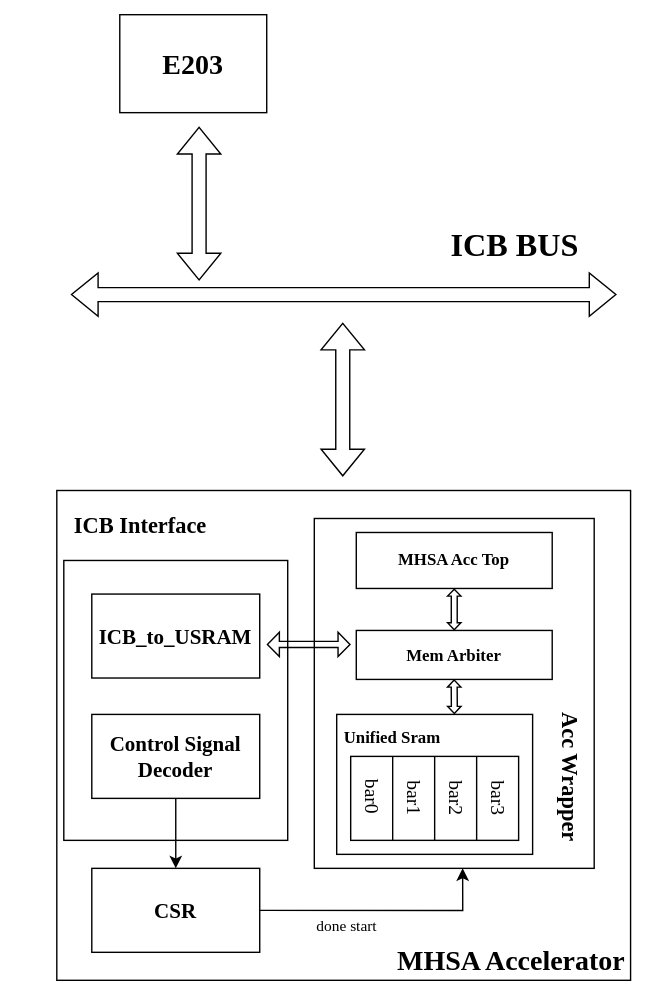
Before: img/sys_arch.svg, a diagram exported from draw.io (extraordinary6/Design-and-Verification-of-MHSA-Accelerator). Source tidied: cells renumbered, new cells last; positions are measured from the earlier drawing's top-left corner, leaving out a move shared by most shapes. Its diagram source:
```xml
<mxGraphModel>
  <root>
    <mxCell id="0" />
    <mxCell id="1" parent="0" />
    <mxCell id="2" style="rounded=0;whiteSpace=wrap;html=1;" parent="1" vertex="1">
      <mxGeometry x="30" y="340" width="410" height="350" as="geometry" />
    </mxCell>
    <mxCell id="3" style="shape=flexArrow;endArrow=classic;startArrow=classic;html=1;rounded=0;" parent="1" edge="1">
      <mxGeometry relative="1" as="geometry">
        <mxPoint x="40" y="200" as="sourcePoint" />
        <mxPoint x="430" y="200" as="targetPoint" />
      </mxGeometry>
    </mxCell>
    <mxCell id="4" value="&lt;b&gt;&lt;font style=&quot;font-size: 23px;&quot; face=&quot;Times New Roman&quot;&gt;ICB BUS&lt;/font&gt;&lt;/b&gt;" style="text;html=1;align=center;verticalAlign=middle;whiteSpace=wrap;rounded=0;" parent="1" vertex="1">
      <mxGeometry x="280" y="150" width="155" height="30" as="geometry" />
    </mxCell>
    <mxCell id="5" style="shape=flexArrow;endArrow=classic;startArrow=classic;html=1;rounded=0;" parent="1" edge="1">
      <mxGeometry relative="1" as="geometry">
        <mxPoint x="131.7" y="190" as="sourcePoint" />
        <mxPoint x="131.7" y="80" as="targetPoint" />
      </mxGeometry>
    </mxCell>
    <mxCell id="6" value="E203" style="rounded=0;whiteSpace=wrap;html=1;fontFamily=Times New Roman;fontSize=20;fontStyle=1;" parent="1" vertex="1">
      <mxGeometry x="75" width="105" height="70" as="geometry" />
    </mxCell>
    <mxCell id="7" style="shape=flexArrow;endArrow=classic;startArrow=classic;html=1;rounded=0;" parent="1" edge="1">
      <mxGeometry relative="1" as="geometry">
        <mxPoint x="234.3" y="330" as="sourcePoint" />
        <mxPoint x="234.3" y="220" as="targetPoint" />
      </mxGeometry>
    </mxCell>
    <mxCell id="8" value="&lt;font size=&quot;1&quot; face=&quot;Times New Roman&quot;&gt;&lt;b style=&quot;font-size: 20px;&quot;&gt;MHSA Accelerator&lt;/b&gt;&lt;/font&gt;" style="text;html=1;align=center;verticalAlign=middle;whiteSpace=wrap;rounded=0;" parent="1" vertex="1">
      <mxGeometry x="265" y="660" width="180" height="30" as="geometry" />
    </mxCell>
    <mxCell id="9" style="rounded=0;whiteSpace=wrap;html=1;verticalAlign=middle;" parent="1" vertex="1">
      <mxGeometry x="35" y="390" width="160" height="200" as="geometry" />
    </mxCell>
    <mxCell id="10" value="ICB_to_USRAM" style="rounded=0;whiteSpace=wrap;html=1;fontSize=15;fontFamily=Times New Roman;fontStyle=1;" parent="1" vertex="1">
      <mxGeometry x="55" y="414" width="120" height="60" as="geometry" />
    </mxCell>
    <mxCell id="11" value="&lt;font face=&quot;Times New Roman&quot;&gt;&lt;span style=&quot;font-size: 16px;&quot;&gt;&lt;b&gt;ICB Interface&lt;/b&gt;&lt;/span&gt;&lt;/font&gt;" style="text;html=1;align=center;verticalAlign=middle;whiteSpace=wrap;rounded=0;" parent="1" vertex="1">
      <mxGeometry y="350" width="180" height="30" as="geometry" />
    </mxCell>
    <mxCell id="12" style="edgeStyle=orthogonalEdgeStyle;rounded=0;orthogonalLoop=1;jettySize=auto;html=1;exitX=1;exitY=0.5;exitDx=0;exitDy=0;entryX=0.5;entryY=1;entryDx=0;entryDy=0;" parent="1" edge="1">
      <mxGeometry relative="1" as="geometry">
        <mxPoint x="171" y="640" as="sourcePoint" />
        <mxPoint x="320" y="610" as="targetPoint" />
        <Array as="points">
          <mxPoint x="320" y="640" />
        </Array>
      </mxGeometry>
    </mxCell>
    <mxCell id="13" value="done start" style="edgeLabel;html=1;align=center;verticalAlign=middle;fontFamily=Times New Roman;" parent="12" vertex="1">
      <mxGeometry x="-0.2" y="2" relative="1" as="geometry">
        <mxPoint x="-7" y="12" as="offset" />
      </mxGeometry>
    </mxCell>
    <mxCell id="14" value="CSR" style="rounded=0;whiteSpace=wrap;html=1;fontSize=15;fontFamily=Times New Roman;fontStyle=1;" parent="1" vertex="1">
      <mxGeometry x="55" y="610" width="120" height="60" as="geometry" />
    </mxCell>
    <mxCell id="15" style="edgeStyle=orthogonalEdgeStyle;rounded=0;jettySize=auto;html=1;exitX=0.5;exitY=1;exitDx=0;exitDy=0;entryX=0.5;entryY=0;entryDx=0;entryDy=0;" parent="1" edge="1" source="16" target="14">
      <mxGeometry relative="1" as="geometry" />
    </mxCell>
    <mxCell id="16" value="Control Signal Decoder" style="rounded=0;whiteSpace=wrap;html=1;fontSize=15;fontFamily=Times New Roman;fontStyle=1;" parent="1" vertex="1">
      <mxGeometry x="55" y="500" width="120" height="60" as="geometry" />
    </mxCell>
    <mxCell id="17" style="rounded=0;whiteSpace=wrap;html=1;" parent="1" vertex="1">
      <mxGeometry x="214" y="360" width="200" height="250" as="geometry" />
    </mxCell>
    <mxCell id="18" value="&lt;font face=&quot;Times New Roman&quot;&gt;&lt;span style=&quot;font-size: 16px;&quot;&gt;&lt;b&gt;Acc Wrapper&lt;/b&gt;&lt;/span&gt;&lt;/font&gt;" style="text;html=1;align=center;verticalAlign=middle;whiteSpace=wrap;rounded=0;rotation=90;" parent="1" vertex="1">
      <mxGeometry x="310" y="530" width="175" height="30" as="geometry" />
    </mxCell>
    <mxCell id="19" value="MHSA Acc Top" style="rounded=0;whiteSpace=wrap;html=1;fontFamily=Times New Roman;fontStyle=1;" parent="1" vertex="1">
      <mxGeometry x="244" y="370" width="140" height="40" as="geometry" />
    </mxCell>
    <mxCell id="20" style="rounded=0;whiteSpace=wrap;html=1;" parent="1" vertex="1">
      <mxGeometry x="230" y="500" width="140" height="100" as="geometry" />
    </mxCell>
    <mxCell id="21" value="&lt;font face=&quot;Times New Roman&quot;&gt;&lt;span style=&quot;font-size: 16px;&quot;&gt;&lt;b style=&quot;font-size: 12px;&quot;&gt;Unified Sram&lt;/b&gt;&lt;/span&gt;&lt;/font&gt;" style="text;html=1;align=center;verticalAlign=middle;whiteSpace=wrap;rounded=0;" parent="1" vertex="1">
      <mxGeometry x="220" y="500" width="100" height="30" as="geometry" />
    </mxCell>
    <mxCell id="22" style="rounded=0;whiteSpace=wrap;html=1;" parent="1" vertex="1">
      <mxGeometry x="240" y="530" width="120" height="60" as="geometry" />
    </mxCell>
    <mxCell id="23" style="endArrow=none;html=1;rounded=0;exitX=0.5;exitY=1;exitDx=0;exitDy=0;entryX=0.5;entryY=0;entryDx=0;entryDy=0;" parent="1" edge="1" source="22" target="22">
      <mxGeometry relative="1" as="geometry" />
    </mxCell>
    <mxCell id="24" style="endArrow=none;html=1;rounded=0;exitX=0.5;exitY=1;exitDx=0;exitDy=0;entryX=0.25;entryY=0;entryDx=0;entryDy=0;" parent="1" edge="1" target="22">
      <mxGeometry relative="1" as="geometry">
        <mxPoint x="270" y="590" as="sourcePoint" />
      </mxGeometry>
    </mxCell>
    <mxCell id="25" style="endArrow=none;html=1;rounded=0;exitX=0.5;exitY=1;exitDx=0;exitDy=0;entryX=0.25;entryY=0;entryDx=0;entryDy=0;" parent="1" edge="1">
      <mxGeometry relative="1" as="geometry">
        <mxPoint x="330" y="590" as="sourcePoint" />
        <mxPoint x="330" y="530" as="targetPoint" />
      </mxGeometry>
    </mxCell>
    <mxCell id="26" value="&lt;font style=&quot;font-size: 14px;&quot;&gt;bar3&lt;/font&gt;" style="text;html=1;align=center;verticalAlign=middle;whiteSpace=wrap;rounded=0;direction=east;rotation=90;fontSize=14;fontFamily=Times New Roman;" parent="1" vertex="1">
      <mxGeometry x="310" y="545" width="70" height="30" as="geometry" />
    </mxCell>
    <mxCell id="27" value="&lt;font style=&quot;font-size: 14px;&quot;&gt;bar0&lt;/font&gt;" style="text;html=1;align=center;verticalAlign=middle;whiteSpace=wrap;rounded=0;direction=east;rotation=90;fontSize=14;fontFamily=Times New Roman;" parent="1" vertex="1">
      <mxGeometry x="220" y="544" width="70" height="30" as="geometry" />
    </mxCell>
    <mxCell id="28" value="&lt;font style=&quot;font-size: 14px;&quot;&gt;bar1&lt;/font&gt;" style="text;html=1;align=center;verticalAlign=middle;whiteSpace=wrap;rounded=0;direction=east;rotation=90;fontSize=14;fontFamily=Times New Roman;" parent="1" vertex="1">
      <mxGeometry x="250" y="545" width="70" height="30" as="geometry" />
    </mxCell>
    <mxCell id="29" value="&lt;font style=&quot;font-size: 14px;&quot;&gt;bar2&lt;/font&gt;" style="text;html=1;align=center;verticalAlign=middle;whiteSpace=wrap;rounded=0;direction=east;rotation=90;fontSize=14;fontFamily=Times New Roman;" parent="1" vertex="1">
      <mxGeometry x="280" y="545" width="70" height="30" as="geometry" />
    </mxCell>
    <mxCell id="30" value="Mem Arbiter" style="rounded=0;whiteSpace=wrap;html=1;fontFamily=Times New Roman;fontStyle=1;" parent="1" vertex="1">
      <mxGeometry x="244" y="440" width="140" height="35" as="geometry" />
    </mxCell>
    <mxCell id="31" style="shape=flexArrow;endArrow=classic;startArrow=classic;html=1;rounded=0;endWidth=12;endSize=2.513333333333333;width=4.333333333333333;startSize=2.513333333333333;startWidth=12;" parent="1" edge="1">
      <mxGeometry relative="1" as="geometry">
        <mxPoint x="180" y="450" as="sourcePoint" />
        <mxPoint x="240" y="450" as="targetPoint" />
      </mxGeometry>
    </mxCell>
    <mxCell id="32" style="shape=flexArrow;endArrow=classic;startArrow=classic;html=1;rounded=0;endWidth=4.294871794871795;endSize=1.3269230769230769;width=4.230769230769231;startSize=1.3269230769230769;startWidth=4.294871794871795;exitX=0.5;exitY=1;exitDx=0;exitDy=0;entryX=0.5;entryY=0;entryDx=0;entryDy=0;" parent="1" edge="1" source="19" target="30">
      <mxGeometry relative="1" as="geometry" />
    </mxCell>
    <mxCell id="33" style="shape=flexArrow;endArrow=classic;startArrow=classic;html=1;rounded=0;endWidth=4.294871794871795;endSize=1.3269230769230769;width=4.230769230769231;startSize=1.3269230769230769;startWidth=4.294871794871795;exitX=0.5;exitY=1;exitDx=0;exitDy=0;entryX=0.941;entryY=-0.008;entryDx=0;entryDy=0;entryPerimeter=0;" parent="1" edge="1" target="21">
      <mxGeometry relative="1" as="geometry">
        <mxPoint x="313.9" y="475" as="sourcePoint" />
      </mxGeometry>
    </mxCell>
  </root>
</mxGraphModel>
```
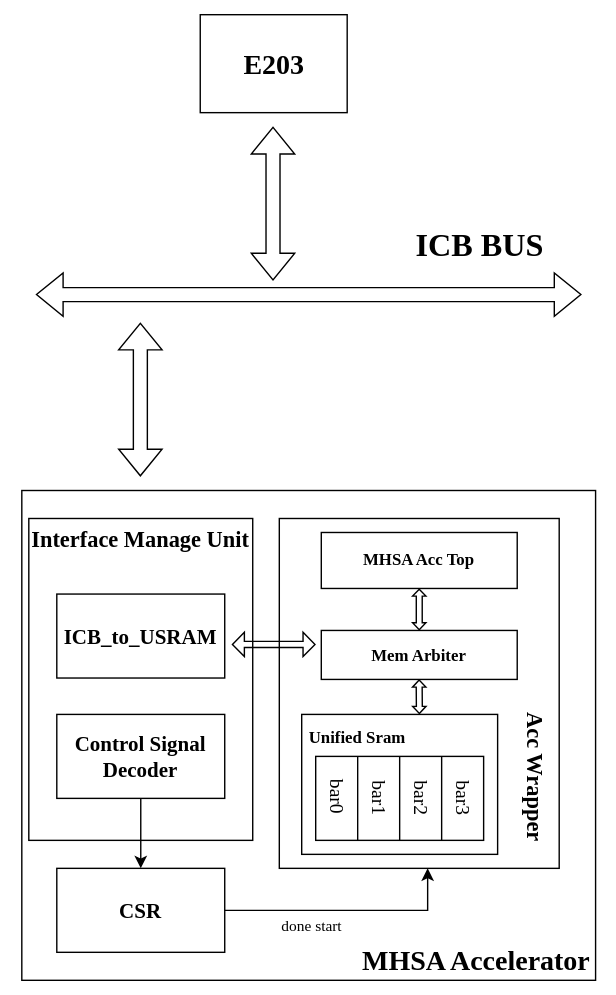
The same file after the commit.

Diff of the diagram source:
```diff
@@ -16,30 +16,30 @@
     </mxCell>
     <mxCell id="5" style="shape=flexArrow;endArrow=classic;startArrow=classic;html=1;rounded=0;" parent="1" edge="1">
       <mxGeometry relative="1" as="geometry">
-        <mxPoint x="131.7" y="190" as="sourcePoint" />
-        <mxPoint x="131.7" y="80" as="targetPoint" />
+        <mxPoint x="209.5" y="190" as="sourcePoint" />
+        <mxPoint x="209.5" y="80" as="targetPoint" />
       </mxGeometry>
     </mxCell>
     <mxCell id="6" value="E203" style="rounded=0;whiteSpace=wrap;html=1;fontFamily=Times New Roman;fontSize=20;fontStyle=1;" parent="1" vertex="1">
-      <mxGeometry x="75" width="105" height="70" as="geometry" />
+      <mxGeometry x="157.5" width="105" height="70" as="geometry" />
     </mxCell>
     <mxCell id="7" style="shape=flexArrow;endArrow=classic;startArrow=classic;html=1;rounded=0;" parent="1" edge="1">
       <mxGeometry relative="1" as="geometry">
-        <mxPoint x="234.3" y="330" as="sourcePoint" />
-        <mxPoint x="234.3" y="220" as="targetPoint" />
+        <mxPoint x="114.7" y="330" as="sourcePoint" />
+        <mxPoint x="114.7" y="220" as="targetPoint" />
       </mxGeometry>
     </mxCell>
     <mxCell id="8" value="&lt;font size=&quot;1&quot; face=&quot;Times New Roman&quot;&gt;&lt;b style=&quot;font-size: 20px;&quot;&gt;MHSA Accelerator&lt;/b&gt;&lt;/font&gt;" style="text;html=1;align=center;verticalAlign=middle;whiteSpace=wrap;rounded=0;" parent="1" vertex="1">
       <mxGeometry x="265" y="660" width="180" height="30" as="geometry" />
     </mxCell>
     <mxCell id="9" style="rounded=0;whiteSpace=wrap;html=1;verticalAlign=middle;" parent="1" vertex="1">
-      <mxGeometry x="35" y="390" width="160" height="200" as="geometry" />
+      <mxGeometry x="35" y="360" width="160" height="230" as="geometry" />
     </mxCell>
     <mxCell id="10" value="ICB_to_USRAM" style="rounded=0;whiteSpace=wrap;html=1;fontSize=15;fontFamily=Times New Roman;fontStyle=1;" parent="1" vertex="1">
       <mxGeometry x="55" y="414" width="120" height="60" as="geometry" />
     </mxCell>
-    <mxCell id="11" value="&lt;font face=&quot;Times New Roman&quot;&gt;&lt;span style=&quot;font-size: 16px;&quot;&gt;&lt;b&gt;ICB Interface&lt;/b&gt;&lt;/span&gt;&lt;/font&gt;" style="text;html=1;align=center;verticalAlign=middle;whiteSpace=wrap;rounded=0;" parent="1" vertex="1">
-      <mxGeometry y="350" width="180" height="30" as="geometry" />
+    <mxCell id="11" value="&lt;font face=&quot;Times New Roman&quot;&gt;&lt;span style=&quot;font-size: 16px;&quot;&gt;&lt;b&gt;Interface Manage Unit&lt;/b&gt;&lt;/span&gt;&lt;/font&gt;" style="text;html=1;align=center;verticalAlign=middle;whiteSpace=wrap;rounded=0;" parent="1" vertex="1">
+      <mxGeometry x="25" y="360" width="180" height="30" as="geometry" />
     </mxCell>
     <mxCell id="12" style="edgeStyle=orthogonalEdgeStyle;rounded=0;orthogonalLoop=1;jettySize=auto;html=1;exitX=1;exitY=0.5;exitDx=0;exitDy=0;entryX=0.5;entryY=1;entryDx=0;entryDy=0;" parent="1" edge="1">
       <mxGeometry relative="1" as="geometry">
```
